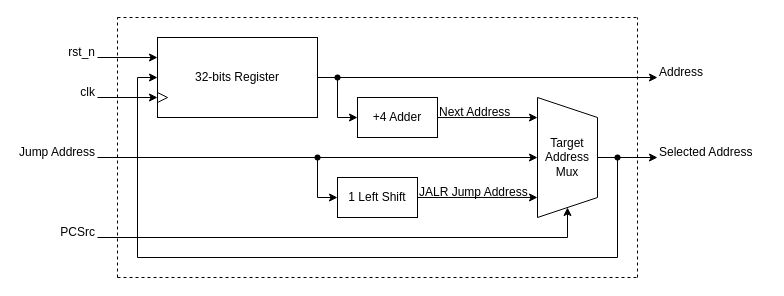
Earlier version of the draw.io diagram page "PC" (2 of 9) of docs/imgs/microarchitecture/microarchitecture.drawio (WachirawichN/C0-CPU). Source tidied: cells renumbered, new cells numbered last; positions are measured from the earlier drawing's top-left corner, leaving out a move shared by most shapes. Both pictures are drawn from the tidied source at 100%, with x=0, y=0 at pixel (17, 17).
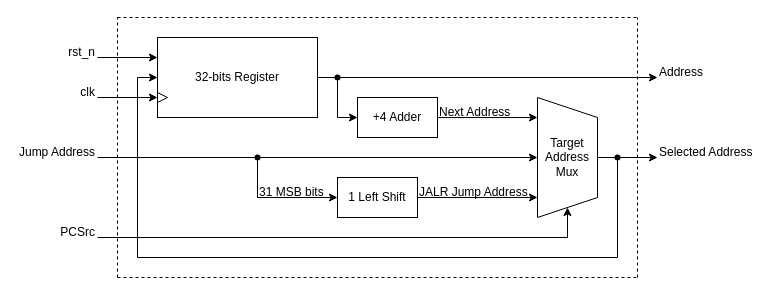
After the change.

Unchanged cells that the change refers to:
```xml
<mxCell id="27" value="1 Left Shift" style="rounded=0;whiteSpace=wrap;html=1;" parent="1" vertex="1">
  <mxGeometry x="320" y="160" width="80" height="40" as="geometry" />
</mxCell>
```

Diff of the diagram source:
```diff
@@
     <mxCell id="28" style="shape=waypoint;sketch=0;fillStyle=solid;size=6;points=[];fillColor=none;perimeter=centerPerimeter;snapToPoint=1;" parent="1" vertex="1">
-      <mxGeometry x="290" y="130" width="20" height="20" as="geometry" />
+      <mxGeometry x="230" y="130" width="20" height="20" as="geometry" />
     </mxCell>
@@
     <mxCell id="30" style="endArrow=classic;html=1;rounded=0;defaultLabelBackgroundColor=page;entryX=0;entryY=0.5;entryDx=0;entryDy=0;" parent="1" edge="1" source="28" target="27">
       <mxGeometry relative="1" as="geometry">
         <Array as="points">
-          <mxPoint x="300" y="180" />
+          <mxPoint x="240" y="180" />
         </Array>
       </mxGeometry>
     </mxCell>
@@
+    <mxCell id="33" value="31 MSB bits" style="text;html=1;whiteSpace=wrap;strokeColor=none;fillColor=none;align=left;verticalAlign=middle;rounded=0;" parent="1" vertex="1">
+      <mxGeometry x="240" y="170" width="80" height="10" as="geometry" />
+    </mxCell>
```
